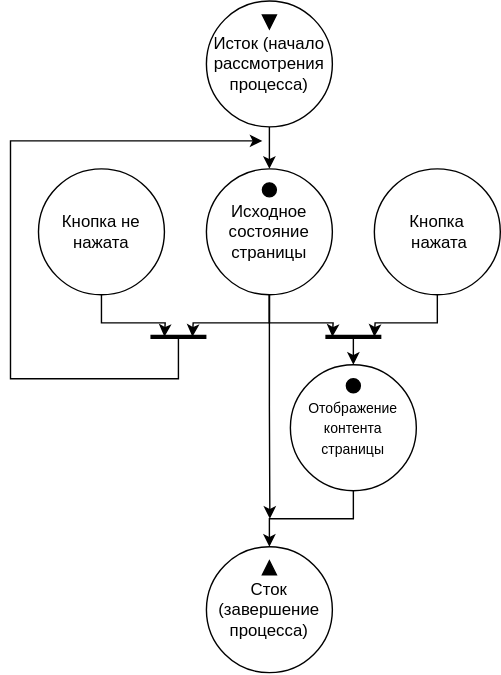
Above: Task02/Сеть_Петри_2.drawio.svg in Daniil-Shu/Web-programming (draw.io), before the change. Source tidied: cells renumbered, new cells last; positions are measured from the earlier drawing's top-left corner, leaving out a move shared by most shapes. Source of this version:
```xml
<mxGraphModel>
  <root>
    <mxCell id="0" />
    <mxCell id="1" parent="0" />
    <mxCell id="2" style="edgeStyle=orthogonalEdgeStyle;rounded=0;jettySize=auto;html=1;exitX=0.5;exitY=1;exitDx=0;exitDy=0;entryX=0.5;entryY=0;entryDx=0;entryDy=0;" parent="1" edge="1" source="3" target="8">
      <mxGeometry relative="1" as="geometry" />
    </mxCell>
    <mxCell id="3" value="Исток (начало рассмотрения процесса)" style="ellipse;whiteSpace=wrap;html=1;" parent="1" vertex="1">
      <mxGeometry x="140" width="90" height="90" as="geometry" />
    </mxCell>
    <mxCell id="4" style="triangle;whiteSpace=wrap;html=1;direction=south;fillColor=#000000;" parent="1" vertex="1">
      <mxGeometry x="180" y="10" width="10" height="10" as="geometry" />
    </mxCell>
    <mxCell id="5" style="edgeStyle=orthogonalEdgeStyle;rounded=0;jettySize=auto;html=1;exitX=0.5;exitY=1;exitDx=0;exitDy=0;" parent="1" edge="1" source="8">
      <mxGeometry relative="1" as="geometry">
        <mxPoint x="230" y="240" as="targetPoint" />
      </mxGeometry>
    </mxCell>
    <mxCell id="6" style="edgeStyle=orthogonalEdgeStyle;rounded=0;jettySize=auto;html=1;exitX=0.5;exitY=1;exitDx=0;exitDy=0;" parent="1" edge="1" source="8">
      <mxGeometry relative="1" as="geometry">
        <mxPoint x="130" y="240" as="targetPoint" />
      </mxGeometry>
    </mxCell>
    <mxCell id="7" style="edgeStyle=orthogonalEdgeStyle;rounded=0;jettySize=auto;html=1;exitX=0.5;exitY=1;exitDx=0;exitDy=0;" parent="1" edge="1" source="8">
      <mxGeometry relative="1" as="geometry">
        <mxPoint x="185.3" y="370" as="targetPoint" />
      </mxGeometry>
    </mxCell>
    <mxCell id="8" value="Исходное состояние страницы" style="ellipse;whiteSpace=wrap;html=1;" parent="1" vertex="1">
      <mxGeometry x="140" y="120" width="90" height="90" as="geometry" />
    </mxCell>
    <mxCell id="9" style="edgeStyle=orthogonalEdgeStyle;rounded=0;jettySize=auto;html=1;exitX=0.5;exitY=1;exitDx=0;exitDy=0;" parent="1" edge="1" source="10">
      <mxGeometry relative="1" as="geometry">
        <mxPoint x="260" y="240" as="targetPoint" />
      </mxGeometry>
    </mxCell>
    <mxCell id="10" value="Кнопка&lt;div&gt;&amp;nbsp;нажата&lt;/div&gt;" style="ellipse;whiteSpace=wrap;html=1;" parent="1" vertex="1">
      <mxGeometry x="260" y="120" width="90" height="90" as="geometry" />
    </mxCell>
    <mxCell id="11" style="edgeStyle=orthogonalEdgeStyle;rounded=0;jettySize=auto;html=1;exitX=0.5;exitY=1;exitDx=0;exitDy=0;" parent="1" edge="1" source="12">
      <mxGeometry relative="1" as="geometry">
        <mxPoint x="110" y="240" as="targetPoint" />
      </mxGeometry>
    </mxCell>
    <mxCell id="12" value="Кнопка не нажата" style="ellipse;whiteSpace=wrap;html=1;" parent="1" vertex="1">
      <mxGeometry x="20" y="120" width="90" height="90" as="geometry" />
    </mxCell>
    <mxCell id="13" style="edgeStyle=orthogonalEdgeStyle;rounded=0;jettySize=auto;html=1;exitX=0.5;exitY=1;exitDx=0;exitDy=0;" parent="1" edge="1" source="14" target="19">
      <mxGeometry relative="1" as="geometry" />
    </mxCell>
    <mxCell id="14" value="&lt;font style=&quot;font-size: 10px;&quot;&gt;Отображение контента страницы&lt;/font&gt;" style="ellipse;whiteSpace=wrap;html=1;" parent="1" vertex="1">
      <mxGeometry x="200" y="260" width="90" height="90" as="geometry" />
    </mxCell>
    <mxCell id="15" style="endArrow=none;html=1;rounded=0;strokeWidth=3;" parent="1" edge="1">
      <mxGeometry relative="1" as="geometry">
        <mxPoint x="225" y="240" as="sourcePoint" />
        <mxPoint x="265" y="240" as="targetPoint" />
      </mxGeometry>
    </mxCell>
    <mxCell id="16" style="endArrow=classic;html=1;rounded=0;entryX=0.5;entryY=0;entryDx=0;entryDy=0;" parent="1" edge="1" target="14">
      <mxGeometry relative="1" as="geometry">
        <mxPoint x="245" y="240" as="sourcePoint" />
      </mxGeometry>
    </mxCell>
    <mxCell id="17" style="endArrow=none;html=1;rounded=0;strokeWidth=3;" parent="1" edge="1">
      <mxGeometry relative="1" as="geometry">
        <mxPoint x="100" y="240" as="sourcePoint" />
        <mxPoint x="140" y="240" as="targetPoint" />
      </mxGeometry>
    </mxCell>
    <mxCell id="18" style="endArrow=classic;html=1;rounded=0;" parent="1" edge="1">
      <mxGeometry relative="1" as="geometry">
        <mxPoint x="120" y="240" as="sourcePoint" />
        <mxPoint x="180" y="100" as="targetPoint" />
        <Array as="points">
          <mxPoint x="120" y="270" />
          <mxPoint y="270" />
          <mxPoint y="100" />
        </Array>
      </mxGeometry>
    </mxCell>
    <mxCell id="19" value="Сток (завершение процесса)" style="ellipse;whiteSpace=wrap;html=1;" parent="1" vertex="1">
      <mxGeometry x="140" y="390" width="90" height="90" as="geometry" />
    </mxCell>
    <mxCell id="20" style="triangle;whiteSpace=wrap;html=1;direction=north;fillColor=#000000;" parent="1" vertex="1">
      <mxGeometry x="180" y="400" width="10" height="10" as="geometry" />
    </mxCell>
    <mxCell id="21" style="ellipse;whiteSpace=wrap;html=1;fillColor=#000000;" parent="1" vertex="1">
      <mxGeometry x="180" y="130" width="10" height="10" as="geometry" />
    </mxCell>
    <mxCell id="22" style="ellipse;whiteSpace=wrap;html=1;fillColor=#000000;" parent="1" vertex="1">
      <mxGeometry x="240" y="270" width="10" height="10" as="geometry" />
    </mxCell>
  </root>
</mxGraphModel>
```
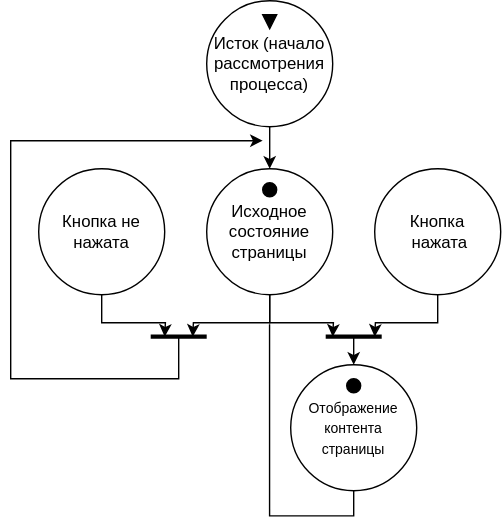
The same diagram one commit later.

Change to the diagram source:
```diff
@@ -21,11 +21,6 @@
         <mxPoint x="130" y="240" as="targetPoint" />
       </mxGeometry>
     </mxCell>
-    <mxCell id="7" style="edgeStyle=orthogonalEdgeStyle;rounded=0;jettySize=auto;html=1;exitX=0.5;exitY=1;exitDx=0;exitDy=0;" parent="1" edge="1" source="8">
-      <mxGeometry relative="1" as="geometry">
-        <mxPoint x="185.3" y="370" as="targetPoint" />
-      </mxGeometry>
-    </mxCell>
     <mxCell id="8" value="Исходное состояние страницы" style="ellipse;whiteSpace=wrap;html=1;" parent="1" vertex="1">
       <mxGeometry x="140" y="120" width="90" height="90" as="geometry" />
     </mxCell>
@@ -45,9 +40,15 @@
     <mxCell id="12" value="Кнопка не нажата" style="ellipse;whiteSpace=wrap;html=1;" parent="1" vertex="1">
       <mxGeometry x="20" y="120" width="90" height="90" as="geometry" />
     </mxCell>
-    <mxCell id="13" style="edgeStyle=orthogonalEdgeStyle;rounded=0;jettySize=auto;html=1;exitX=0.5;exitY=1;exitDx=0;exitDy=0;" parent="1" edge="1" source="14" target="19">
-      <mxGeometry relative="1" as="geometry" />
-    </mxCell>
+    <mxCell id="23" style="edgeStyle=orthogonalEdgeStyle;rounded=0;jettySize=auto;html=1;endArrow=none;endFill=0;" parent="1" edge="1" source="14">
+      <mxGeometry relative="1" as="geometry">
+        <mxPoint x="184.9" y="231.1" as="targetPoint" />
+        <Array as="points">
+          <mxPoint x="245" y="368" />
+          <mxPoint x="185" y="368" />
+        </Array>
+      </mxGeometry>
+    </mxCell>
     <mxCell id="14" value="&lt;font style=&quot;font-size: 10px;&quot;&gt;Отображение контента страницы&lt;/font&gt;" style="ellipse;whiteSpace=wrap;html=1;" parent="1" vertex="1">
       <mxGeometry x="200" y="260" width="90" height="90" as="geometry" />
     </mxCell>
@@ -79,12 +80,6 @@
         </Array>
       </mxGeometry>
     </mxCell>
-    <mxCell id="19" value="Сток (завершение процесса)" style="ellipse;whiteSpace=wrap;html=1;" parent="1" vertex="1">
-      <mxGeometry x="140" y="390" width="90" height="90" as="geometry" />
-    </mxCell>
-    <mxCell id="20" style="triangle;whiteSpace=wrap;html=1;direction=north;fillColor=#000000;" parent="1" vertex="1">
-      <mxGeometry x="180" y="400" width="10" height="10" as="geometry" />
-    </mxCell>
     <mxCell id="21" style="ellipse;whiteSpace=wrap;html=1;fillColor=#000000;" parent="1" vertex="1">
       <mxGeometry x="180" y="130" width="10" height="10" as="geometry" />
     </mxCell>
```
